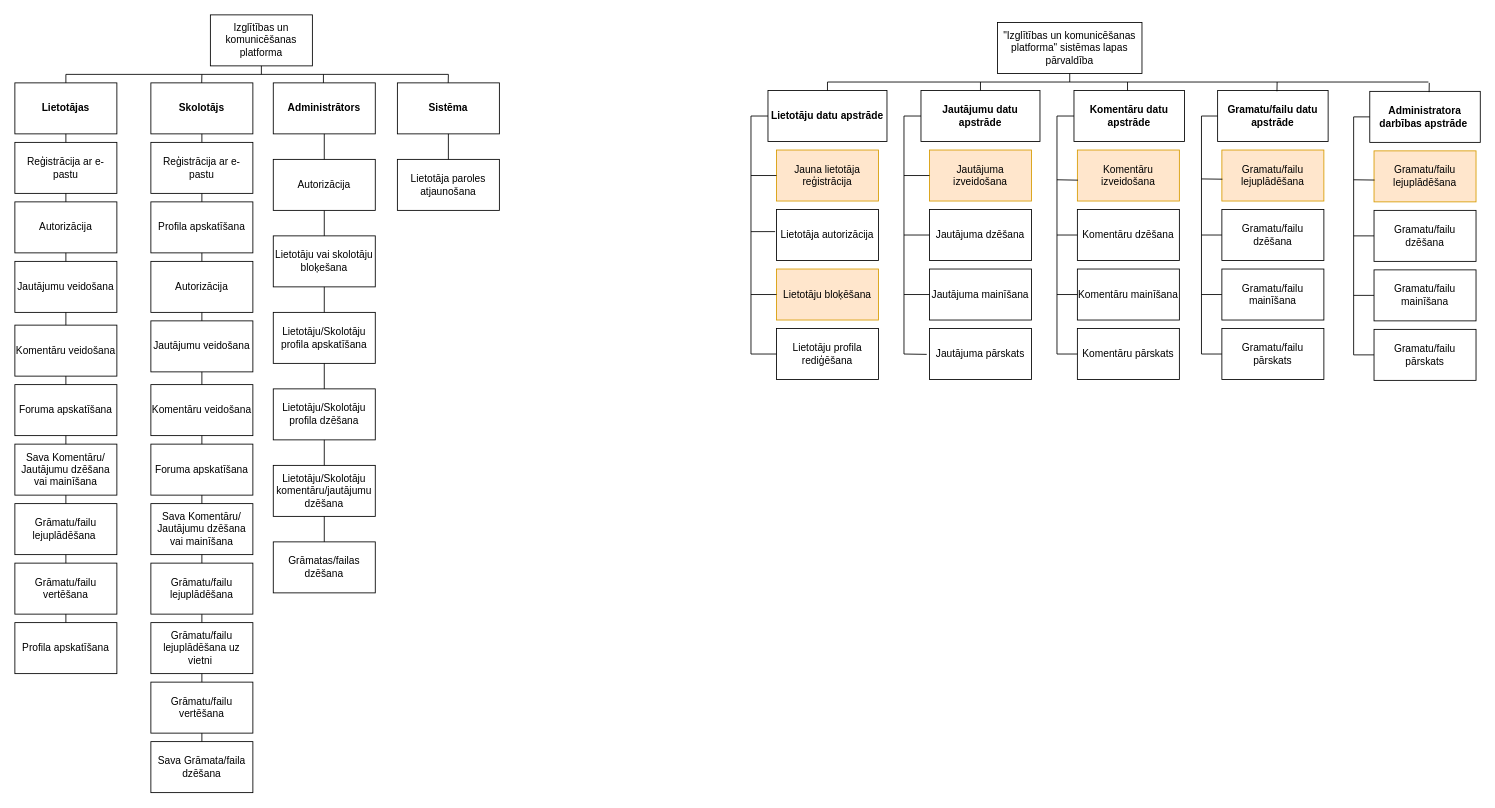
Before: Sistemas_strukturas_modelis.drawio in MaksimsVisockis01/diploms, a draw.io diagram. Source tidied: cells renumbered, new cells numbered last; positions are measured from the earlier drawing's top-left corner, leaving out a move shared by most shapes. Both pictures are drawn from the tidied source at 85%, with x=0, y=0 at pixel (14, 14).
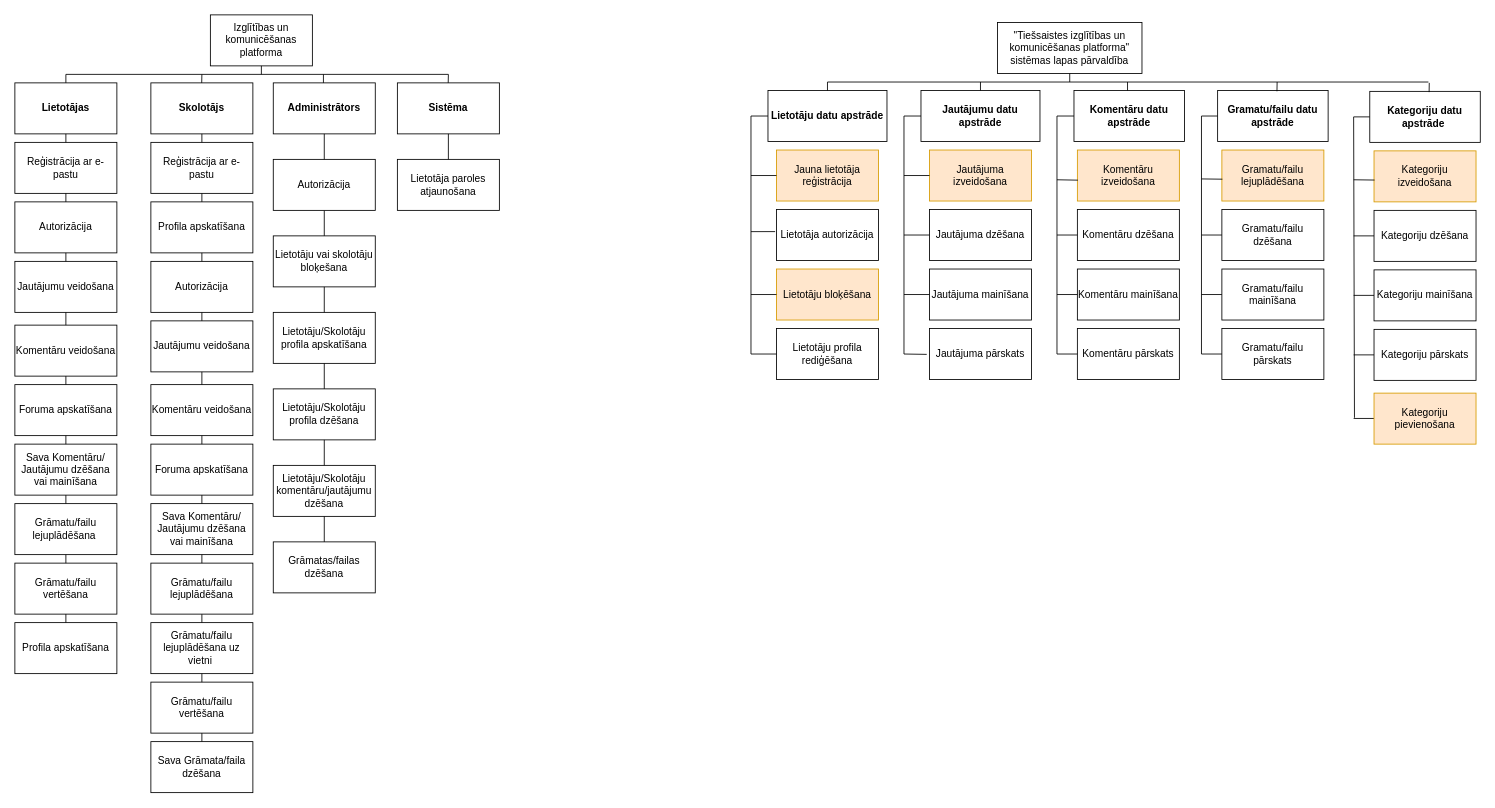
The same diagram, later.

The edit, as a diff of the source:
```diff
@@
-    <mxCell id="67" value="&quot;Izglītības un komunicēšanas platforma&quot; sistēmas lapas pārvaldība" style="rounded=0;whiteSpace=wrap;html=1;" parent="1" vertex="1">
+    <mxCell id="67" value="&quot;Tiešsaistes izglītības un komunicēšanas platforma&quot; sistēmas lapas pārvaldība" style="rounded=0;whiteSpace=wrap;html=1;" parent="1" vertex="1">
       <mxGeometry x="1156" y="9" width="170" height="60" as="geometry" />
     </mxCell>
@@
-    <mxCell id="118" value="&lt;b&gt;Administratora darbības apstrāde&amp;nbsp;&lt;/b&gt;" style="rounded=0;whiteSpace=wrap;html=1;" parent="1" vertex="1">
+    <mxCell id="118" value="&lt;b&gt;Kategoriju datu apstrāde&amp;nbsp;&lt;/b&gt;" style="rounded=0;whiteSpace=wrap;html=1;" parent="1" vertex="1">
       <mxGeometry x="1594" y="90" width="130" height="60" as="geometry" />
     </mxCell>
@@
-    <mxCell id="120" value="Gramatu/failu lejuplādēšana" style="rounded=0;whiteSpace=wrap;html=1;fillColor=#ffe6cc;strokeColor=#d79b00;" parent="1" vertex="1">
+    <mxCell id="120" value="Kategoriju izveidošana" style="rounded=0;whiteSpace=wrap;html=1;fillColor=#ffe6cc;strokeColor=#d79b00;" parent="1" vertex="1">
       <mxGeometry x="1599" y="160" width="120" height="60" as="geometry" />
     </mxCell>
-    <mxCell id="121" value="Gramatu/failu dzēšana" style="rounded=0;whiteSpace=wrap;html=1;" parent="1" vertex="1">
+    <mxCell id="121" value="Kategoriju dzēšana" style="rounded=0;whiteSpace=wrap;html=1;" parent="1" vertex="1">
       <mxGeometry x="1599" y="230" width="120" height="60" as="geometry" />
     </mxCell>
-    <mxCell id="122" value="Gramatu/failu mainīšana" style="rounded=0;whiteSpace=wrap;html=1;" parent="1" vertex="1">
+    <mxCell id="122" value="Kategoriju mainīšana" style="rounded=0;whiteSpace=wrap;html=1;" parent="1" vertex="1">
       <mxGeometry x="1599" y="300" width="120" height="60" as="geometry" />
     </mxCell>
-    <mxCell id="123" value="Gramatu/failu pārskats" style="rounded=0;whiteSpace=wrap;html=1;" parent="1" vertex="1">
+    <mxCell id="123" value="Kategoriju pārskats" style="rounded=0;whiteSpace=wrap;html=1;" parent="1" vertex="1">
       <mxGeometry x="1599" y="370" width="120" height="60" as="geometry" />
     </mxCell>
     <mxCell id="124" style="endArrow=none;html=1;rounded=0;" parent="1" edge="1">
       <mxGeometry relative="1" as="geometry">
         <mxPoint x="1575" y="120" as="sourcePoint" />
-        <mxPoint x="1575" y="400" as="targetPoint" />
+        <mxPoint x="1576" y="474" as="targetPoint" />
       </mxGeometry>
     </mxCell>
@@
+    <mxCell id="130" style="endArrow=none;html=1;rounded=0;entryX=0;entryY=0.5;entryDx=0;entryDy=0;" parent="1" edge="1">
+      <mxGeometry relative="1" as="geometry">
+        <mxPoint x="1575" y="474.8" as="sourcePoint" />
+        <mxPoint x="1599" y="474.8" as="targetPoint" />
+      </mxGeometry>
+    </mxCell>
+    <mxCell id="131" value="Kategoriju pievienošana" style="rounded=0;whiteSpace=wrap;html=1;fillColor=#ffe6cc;strokeColor=#d79b00;" parent="1" vertex="1">
+      <mxGeometry x="1599" y="445" width="120" height="60" as="geometry" />
+    </mxCell>
```
